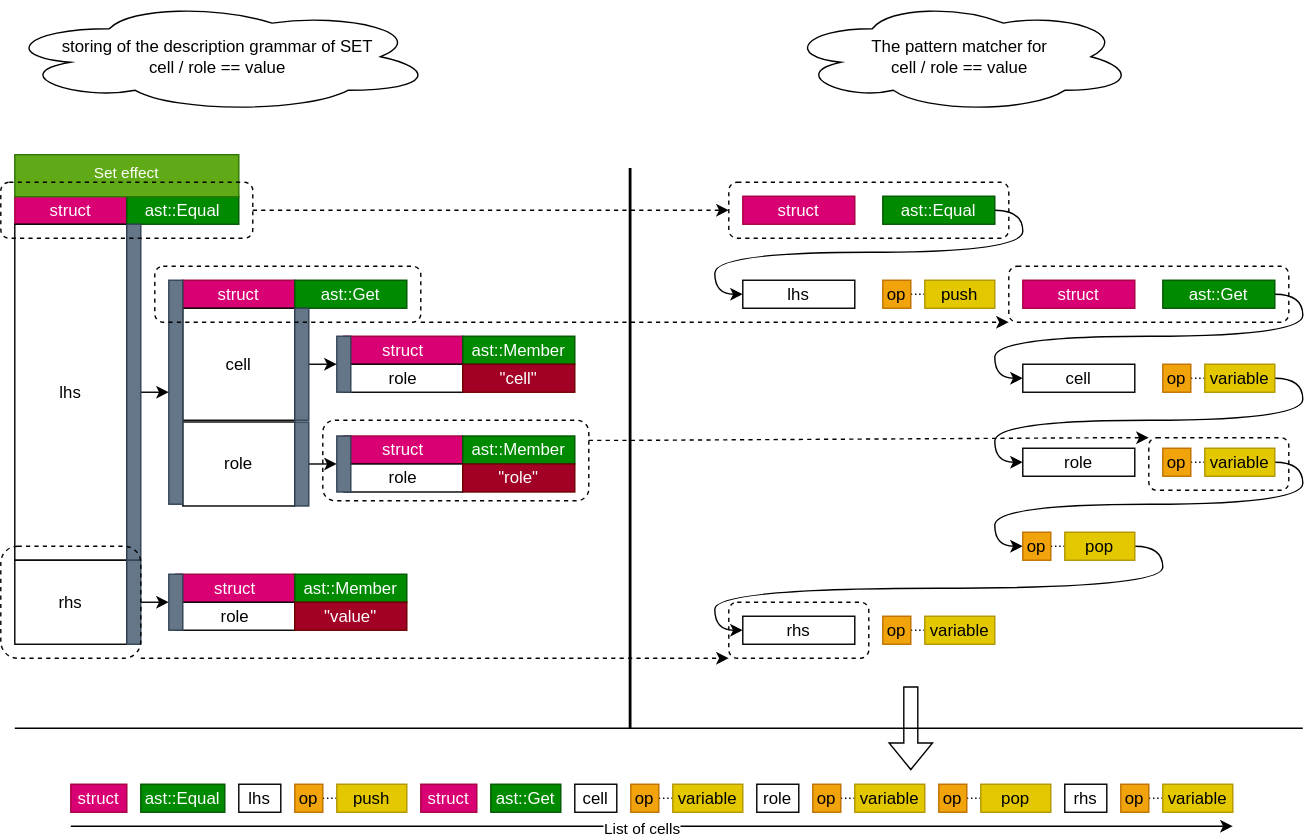
The draw.io diagram doc/diagrams/SampleMatcher.svg in hun-nemethpeter/InfoCell, before a commit. Source tidied: cells renumbered, new cells last; positions are measured from the earlier drawing's top-left corner, leaving out a move shared by most shapes.
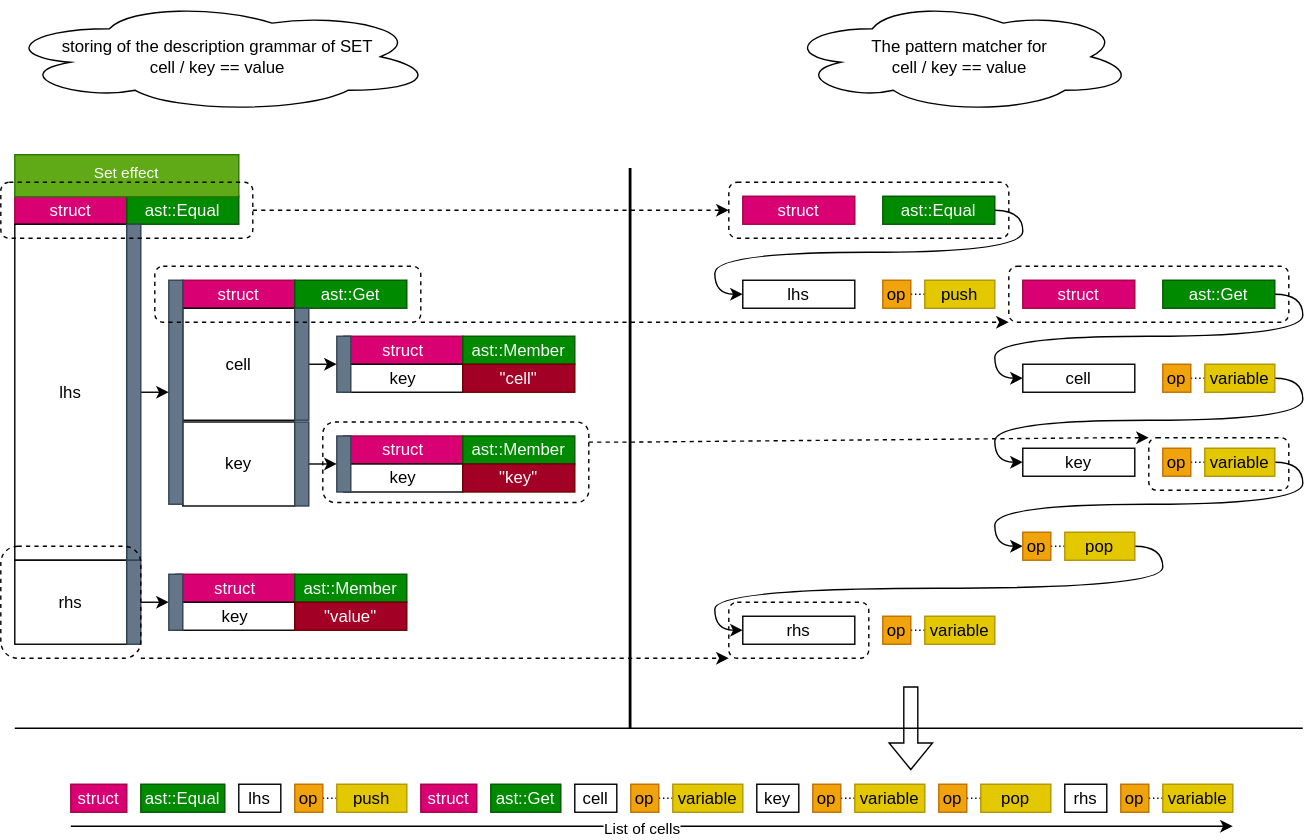
The same diagram one commit later.

The edit, as a diff of the source:
```diff
@@ -26,7 +26,7 @@
     <mxCell id="9" value="cell" style="rounded=0;whiteSpace=wrap;html=1;" parent="1" vertex="1">
       <mxGeometry x="130" y="219.7" width="80" height="80" as="geometry" />
     </mxCell>
-    <mxCell id="10" value="role" style="rounded=0;whiteSpace=wrap;html=1;" parent="1" vertex="1">
+    <mxCell id="10" value="key" style="rounded=0;whiteSpace=wrap;html=1;" parent="1" vertex="1">
       <mxGeometry x="130" y="300.9" width="80" height="60" as="geometry" />
     </mxCell>
     <mxCell id="11" style="rounded=0;whiteSpace=wrap;html=1;fontFamily=Helvetica;fontSize=11;fontColor=#ffffff;fillColor=#647687;strokeColor=#314354;" parent="1" vertex="1">
@@ -38,7 +38,7 @@
     <mxCell id="13" value="ast::Member" style="rounded=0;whiteSpace=wrap;html=1;fillColor=#008a00;fontColor=#ffffff;strokeColor=#005700;" parent="1" vertex="1">
       <mxGeometry x="330" y="239.7" width="80" height="20" as="geometry" />
     </mxCell>
-    <mxCell id="14" value="role" style="rounded=0;whiteSpace=wrap;html=1;" parent="1" vertex="1">
+    <mxCell id="14" value="key" style="rounded=0;whiteSpace=wrap;html=1;" parent="1" vertex="1">
       <mxGeometry x="245" y="259.7" width="85" height="20" as="geometry" />
     </mxCell>
     <mxCell id="15" value="&quot;cell&quot;" style="rounded=0;whiteSpace=wrap;html=1;fillColor=#a20025;fontColor=#ffffff;strokeColor=#6F0000;" parent="1" vertex="1">
@@ -53,10 +53,10 @@
     <mxCell id="18" value="ast::Member" style="rounded=0;whiteSpace=wrap;html=1;fillColor=#008a00;fontColor=#ffffff;strokeColor=#005700;" parent="1" vertex="1">
       <mxGeometry x="330" y="310.9" width="80" height="20" as="geometry" />
     </mxCell>
-    <mxCell id="19" value="role" style="rounded=0;whiteSpace=wrap;html=1;" parent="1" vertex="1">
+    <mxCell id="19" value="key" style="rounded=0;whiteSpace=wrap;html=1;" parent="1" vertex="1">
       <mxGeometry x="245" y="330.9" width="85" height="20" as="geometry" />
     </mxCell>
-    <mxCell id="20" value="&quot;role&quot;" style="rounded=0;whiteSpace=wrap;html=1;fillColor=#a20025;fontColor=#ffffff;strokeColor=#6F0000;" parent="1" vertex="1">
+    <mxCell id="20" value="&quot;key&quot;" style="rounded=0;whiteSpace=wrap;html=1;fillColor=#a20025;fontColor=#ffffff;strokeColor=#6F0000;" parent="1" vertex="1">
       <mxGeometry x="330" y="330.9" width="80" height="20" as="geometry" />
     </mxCell>
     <mxCell id="21" style="rounded=0;whiteSpace=wrap;html=1;fontFamily=Helvetica;fontSize=11;fontColor=#ffffff;fillColor=#647687;strokeColor=#314354;" parent="1" vertex="1">
@@ -92,7 +92,7 @@
     <mxCell id="31" value="ast::Member" style="rounded=0;whiteSpace=wrap;html=1;fillColor=#008a00;fontColor=#ffffff;strokeColor=#005700;" parent="1" vertex="1">
       <mxGeometry x="210" y="409.7" width="80" height="20" as="geometry" />
     </mxCell>
-    <mxCell id="32" value="role" style="rounded=0;whiteSpace=wrap;html=1;" parent="1" vertex="1">
+    <mxCell id="32" value="key" style="rounded=0;whiteSpace=wrap;html=1;" parent="1" vertex="1">
       <mxGeometry x="125" y="429.7" width="85" height="20" as="geometry" />
     </mxCell>
     <mxCell id="33" value="&quot;value&quot;" style="rounded=0;whiteSpace=wrap;html=1;fillColor=#a20025;fontColor=#ffffff;strokeColor=#6F0000;" parent="1" vertex="1">
@@ -146,7 +146,7 @@
     <mxCell id="49" value="variable" style="rounded=0;whiteSpace=wrap;html=1;fillColor=#e3c800;fontColor=#000000;strokeColor=#B09500;" parent="1" vertex="1">
       <mxGeometry x="860" y="259.7" width="50" height="20" as="geometry" />
     </mxCell>
-    <mxCell id="50" value="role" style="rounded=0;whiteSpace=wrap;html=1;" parent="1" vertex="1">
+    <mxCell id="50" value="key" style="rounded=0;whiteSpace=wrap;html=1;" parent="1" vertex="1">
       <mxGeometry x="730" y="319.7" width="80" height="20" as="geometry" />
     </mxCell>
     <mxCell id="51" style="edgeStyle=orthogonalEdgeStyle;rounded=0;jettySize=auto;html=1;exitX=1;exitY=0.5;exitDx=0;exitDy=0;entryX=0;entryY=0.5;entryDx=0;entryDy=0;endArrow=none;endFill=0;dashed=1;dashPattern=1 2;" parent="1" edge="1" source="52" target="54">
@@ -203,7 +203,7 @@
     <mxCell id="68" value="variable" style="rounded=0;whiteSpace=wrap;html=1;fillColor=#e3c800;fontColor=#000000;strokeColor=#B09500;" parent="1" vertex="1">
       <mxGeometry x="480" y="559.7" width="50" height="20" as="geometry" />
     </mxCell>
-    <mxCell id="69" value="role" style="rounded=0;whiteSpace=wrap;html=1;" parent="1" vertex="1">
+    <mxCell id="69" value="key" style="rounded=0;whiteSpace=wrap;html=1;" parent="1" vertex="1">
       <mxGeometry x="540" y="559.7" width="30" height="20" as="geometry" />
     </mxCell>
     <mxCell id="70" style="edgeStyle=orthogonalEdgeStyle;rounded=0;jettySize=auto;html=1;exitX=1;exitY=0.5;exitDx=0;exitDy=0;entryX=0;entryY=0.5;entryDx=0;entryDy=0;endArrow=none;endFill=0;dashed=1;dashPattern=1 2;" parent="1" edge="1" source="71" target="72">
@@ -276,7 +276,7 @@
       <mxGeometry relative="1" as="geometry" />
     </mxCell>
     <mxCell id="92" style="rounded=1;whiteSpace=wrap;html=1;fillColor=none;dashed=1;" parent="1" vertex="1">
-      <mxGeometry x="230" y="299.7" width="190" height="57.5" as="geometry" />
+      <mxGeometry x="230" y="300.9" width="190" height="57.5" as="geometry" />
     </mxCell>
     <mxCell id="93" style="edgeStyle=entityRelationEdgeStyle;rounded=0;jettySize=auto;html=1;exitX=1;exitY=1;exitDx=0;exitDy=0;entryX=0;entryY=1;entryDx=0;entryDy=0;dashed=1;" parent="1" edge="1" source="94" target="95">
       <mxGeometry relative="1" as="geometry" />
@@ -317,10 +317,10 @@
         <mxPoint x="930" y="519.7" as="targetPoint" />
       </mxGeometry>
     </mxCell>
-    <mxCell id="103" value="storing of the description grammar of SET&lt;br&gt;cell / role == value" style="ellipse;shape=cloud;whiteSpace=wrap;html=1;" parent="1" vertex="1">
+    <mxCell id="103" value="storing of the description grammar of SET&lt;br&gt;cell / key == value" style="ellipse;shape=cloud;whiteSpace=wrap;html=1;" parent="1" vertex="1">
       <mxGeometry width="310" height="80" as="geometry" />
     </mxCell>
-    <mxCell id="104" value="The pattern matcher for&lt;br&gt;cell / role == value" style="ellipse;shape=cloud;whiteSpace=wrap;html=1;" parent="1" vertex="1">
+    <mxCell id="104" value="The pattern matcher for&lt;br&gt;cell / key == value" style="ellipse;shape=cloud;whiteSpace=wrap;html=1;" parent="1" vertex="1">
       <mxGeometry x="560" width="250" height="80" as="geometry" />
     </mxCell>
   </root>
```
